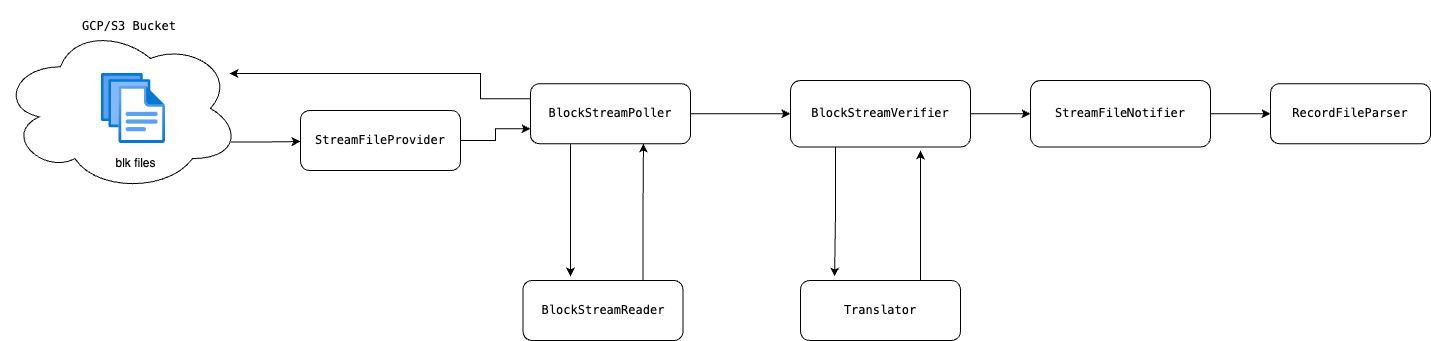
Before: docs/design/images/blockstream.png, a diagram exported from draw.io (hashgraph/hedera-mirror-node). Source tidied: cells renumbered, new cells last; positions are measured from the earlier drawing's top-left corner, leaving out a move shared by most shapes.
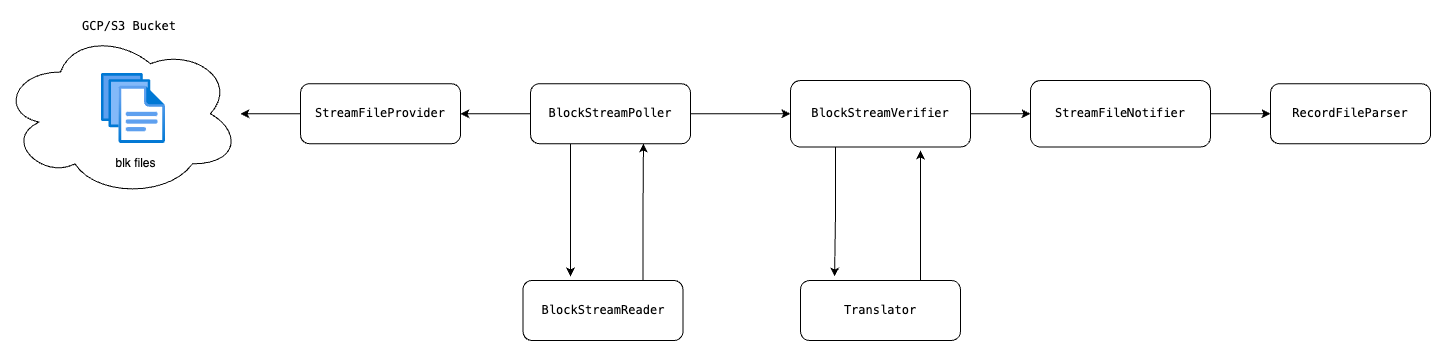
Above is the later version.

Commit message:
Updates per feedback and mapping fixes

Diff of the diagram source:
```diff
@@ -8,24 +8,14 @@
     <mxCell id="3" style="edgeStyle=orthogonalEdgeStyle;rounded=0;jettySize=auto;html=1;exitX=0.25;exitY=1;exitDx=0;exitDy=0;entryX=0.297;entryY=-0.067;entryDx=0;entryDy=0;entryPerimeter=0;strokeColor=#000000;" parent="1" edge="1" source="5" target="14">
       <mxGeometry relative="1" as="geometry" />
     </mxCell>
-    <mxCell id="4" style="edgeStyle=orthogonalEdgeStyle;rounded=0;jettySize=auto;html=1;exitX=0;exitY=0.25;exitDx=0;exitDy=0;" parent="1" edge="1" source="5" target="7">
-      <mxGeometry relative="1" as="geometry">
-        <Array as="points">
-          <mxPoint x="480" y="98" />
-          <mxPoint x="480" y="73" />
-        </Array>
-      </mxGeometry>
-    </mxCell>
+    <mxCell id="23" style="edgeStyle=orthogonalEdgeStyle;rounded=0;jettySize=auto;html=1;" parent="1" edge="1" source="5" target="20">
+      <mxGeometry relative="1" as="geometry" />
+    </mxCell>
     <mxCell id="5" value="&lt;pre&gt;&lt;span style=&quot;font-variant-ligatures: none; text-align: left; white-space-collapse: preserve; background-color: rgb(255, 255, 255);&quot;&gt;&lt;font style=&quot;&quot; face=&quot;monospace&quot;&gt;BlockStreamPoller&lt;/font&gt;&lt;/span&gt;&lt;/pre&gt;" style="rounded=1;whiteSpace=wrap;html=1;fillColor=#FFFFFF;strokeColor=#000000;" parent="1" vertex="1">
       <mxGeometry x="530" y="83.2" width="160" height="60" as="geometry" />
     </mxCell>
-    <mxCell id="6" style="edgeStyle=orthogonalEdgeStyle;rounded=0;jettySize=auto;html=1;exitX=0.96;exitY=0.7;exitDx=0;exitDy=0;exitPerimeter=0;" parent="1" edge="1" source="7">
-      <mxGeometry relative="1" as="geometry">
-        <mxPoint x="300" y="141" as="targetPoint" />
-      </mxGeometry>
-    </mxCell>
     <mxCell id="7" value="&lt;pre&gt;&lt;br&gt;&lt;/pre&gt;" style="ellipse;shape=cloud;whiteSpace=wrap;html=1;fillColor=#FFFFFF;strokeColor=#000000;" parent="1" vertex="1">
-      <mxGeometry y="24.5" width="240" height="167" as="geometry" />
+      <mxGeometry y="29.8" width="240" height="167" as="geometry" />
     </mxCell>
     <mxCell id="8" style="edgeStyle=orthogonalEdgeStyle;rounded=0;jettySize=auto;html=1;entryX=0;entryY=0.5;entryDx=0;entryDy=0;" parent="1" edge="1" source="9" target="22">
       <mxGeometry relative="1" as="geometry" />
@@ -62,11 +52,11 @@
     <mxCell id="18" style="edgeStyle=orthogonalEdgeStyle;rounded=0;jettySize=auto;html=1;exitX=0.25;exitY=1;exitDx=0;exitDy=0;entryX=0.213;entryY=-0.067;entryDx=0;entryDy=0;entryPerimeter=0;strokeColor=#000000;" parent="1" edge="1" source="9" target="17">
       <mxGeometry relative="1" as="geometry" />
     </mxCell>
-    <mxCell id="19" style="edgeStyle=orthogonalEdgeStyle;rounded=0;jettySize=auto;html=1;exitX=1;exitY=0.5;exitDx=0;exitDy=0;entryX=0;entryY=0.75;entryDx=0;entryDy=0;" parent="1" edge="1" source="20" target="5">
-      <mxGeometry relative="1" as="geometry" />
-    </mxCell>
+    <mxCell id="24" style="edgeStyle=orthogonalEdgeStyle;rounded=0;jettySize=auto;html=1;" parent="1" edge="1" source="20" target="7">
+      <mxGeometry relative="1" as="geometry" />
+    </mxCell>
     <mxCell id="20" value="&lt;pre&gt;&lt;span style=&quot;font-variant-ligatures: none; text-align: left; white-space-collapse: preserve; background-color: rgb(255, 255, 255);&quot;&gt;&lt;font style=&quot;&quot; face=&quot;monospace&quot;&gt;StreamFileProvider&lt;/font&gt;&lt;/span&gt;&lt;/pre&gt;" style="rounded=1;whiteSpace=wrap;html=1;fillColor=#FFFFFF;strokeColor=#000000;" parent="1" vertex="1">
-      <mxGeometry x="300" y="110" width="160" height="60" as="geometry" />
+      <mxGeometry x="300" y="83.2" width="160" height="60" as="geometry" />
     </mxCell>
     <mxCell id="21" style="edgeStyle=orthogonalEdgeStyle;rounded=0;jettySize=auto;html=1;exitX=1;exitY=0.5;exitDx=0;exitDy=0;entryX=0;entryY=0.5;entryDx=0;entryDy=0;" parent="1" edge="1" source="22" target="10">
       <mxGeometry relative="1" as="geometry" />
```
